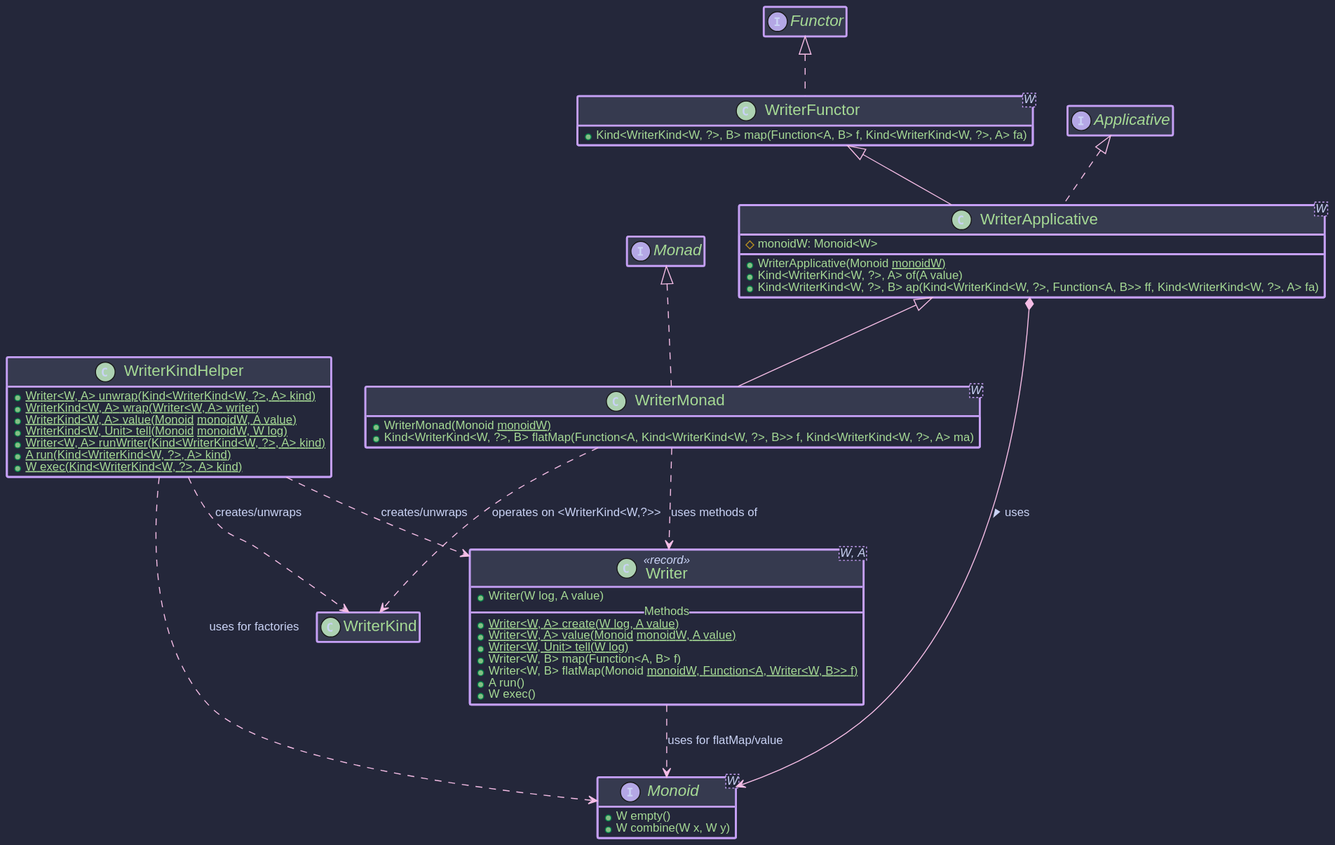
This is hkj-book/src/images/puml/writer.svg from higher-kinded-j/higher-kinded-j, a PlantUML export, as it was before one commit. The source it was exported from:
```plantuml
@startuml
!include https://raw.githubusercontent.com/ncosta-ic/catppuccin-macchiato-plantuml-theme/main/theme.puml


hide empty members

   interface Monoid<W> {
     + W empty()
     + W combine(W x, W y)
   }



    class Writer<W, A> <<record>> {
        + Writer(W log, A value)
        __ Methods __
       + {static} Writer<W, A> create(W log, A value)
       + {static} Writer<W, A> value(Monoid<W> monoidW, A value)
       + {static} Writer<W, Unit> tell(W log)
       + Writer<W, B> map(Function<A, B> f)
       + Writer<W, B> flatMap(Monoid<W> monoidW, Function<A, Writer<W, B>> f)
       + A run()
       + W exec()
    }


    class WriterKindHelper {
      + {static} Writer<W, A> unwrap(Kind<WriterKind<W, ?>, A> kind)
      + {static} WriterKind<W, A> wrap(Writer<W, A> writer)
      + {static} WriterKind<W, A> value(Monoid<W> monoidW, A value)
      + {static} WriterKind<W, Unit> tell(Monoid<W> monoidW, W log)
      + {static} Writer<W, A> runWriter(Kind<WriterKind<W, ?>, A> kind)
      + {static} A run(Kind<WriterKind<W, ?>, A> kind)
      + {static} W exec(Kind<WriterKind<W, ?>, A> kind)
    }

    class WriterFunctor<W> implements Functor<WriterKind<W, ?>> {
       + Kind<WriterKind<W, ?>, B> map(Function<A, B> f, Kind<WriterKind<W, ?>, A> fa)
    }
    class WriterApplicative<W> extends WriterFunctor<W> implements Applicative<WriterKind<W, ?>> {
       # monoidW: Monoid<W>
       + WriterApplicative(Monoid<W> monoidW)
       + Kind<WriterKind<W, ?>, A> of(A value)
       + Kind<WriterKind<W, ?>, B> ap(Kind<WriterKind<W, ?>, Function<A, B>> ff, Kind<WriterKind<W, ?>, A> fa)
    }
    class WriterMonad<W> extends WriterApplicative<W> implements Monad<WriterKind<W, ?>> {
       + WriterMonad(Monoid<W> monoidW)
       + Kind<WriterKind<W, ?>, B> flatMap(Function<A, Kind<WriterKind<W, ?>, B>> f, Kind<WriterKind<W, ?>, A> ma)
    }

WriterApplicative *--> Monoid : uses >

WriterKindHelper ..> Writer : creates/unwraps
WriterKindHelper ..> WriterKind : creates/unwraps
WriterKindHelper ..> Monoid : uses for factories

WriterMonad ..> WriterKind : operates on <WriterKind<W,?>>
WriterMonad ..> Writer : uses methods of
Writer ..> Monoid : uses for flatMap/value
@enduml
```
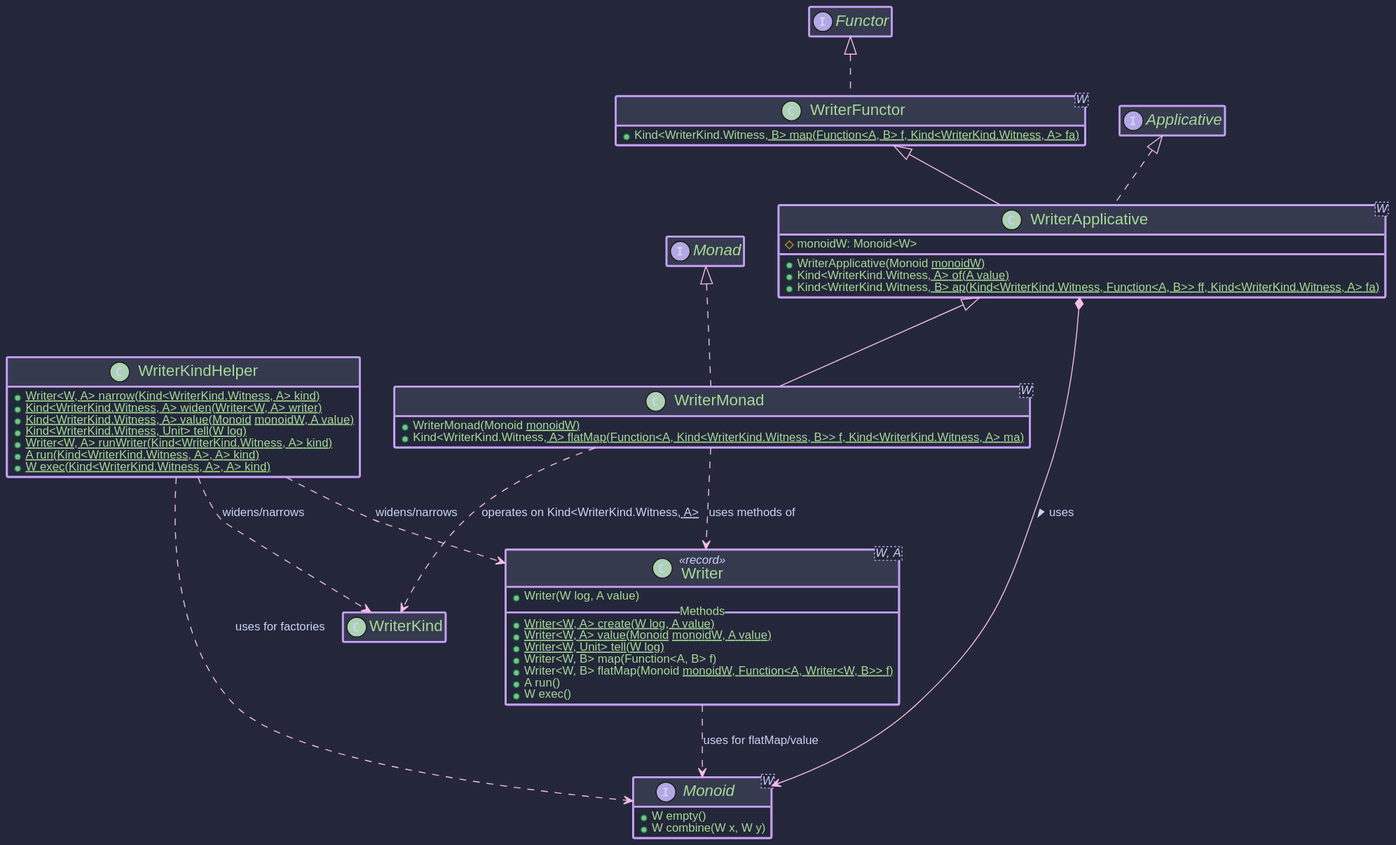
Above is the later version.

Change to the diagram source:
```diff
@@ -25,36 +25,36 @@
 
 
     class WriterKindHelper {
-      + {static} Writer<W, A> unwrap(Kind<WriterKind<W, ?>, A> kind)
-      + {static} WriterKind<W, A> wrap(Writer<W, A> writer)
-      + {static} WriterKind<W, A> value(Monoid<W> monoidW, A value)
-      + {static} WriterKind<W, Unit> tell(Monoid<W> monoidW, W log)
-      + {static} Writer<W, A> runWriter(Kind<WriterKind<W, ?>, A> kind)
-      + {static} A run(Kind<WriterKind<W, ?>, A> kind)
-      + {static} W exec(Kind<WriterKind<W, ?>, A> kind)
+      + {static} Writer<W, A> narrow(Kind<WriterKind.Witness<W>, A> kind)
+      + {static} Kind<WriterKind.Witness<W>, A> widen(Writer<W, A> writer)
+      + {static} Kind<WriterKind.Witness<W>, A> value(Monoid<W> monoidW, A value)
+      + {static} Kind<WriterKind.Witness<W>, Unit> tell(W log)
+      + {static} Writer<W, A> runWriter(Kind<WriterKind.Witness<W>, A> kind)
+      + {static} A run(Kind<WriterKind.Witness<W>, A>, A> kind)
+      + {static} W exec(Kind<WriterKind.Witness<W>, A>, A> kind)
     }
 
-    class WriterFunctor<W> implements Functor<WriterKind<W, ?>> {
-       + Kind<WriterKind<W, ?>, B> map(Function<A, B> f, Kind<WriterKind<W, ?>, A> fa)
+    class WriterFunctor<W> implements Functor<WriterKind.Witness<W>> {
+       + Kind<WriterKind.Witness<W>, B> map(Function<A, B> f, Kind<WriterKind.Witness<W>, A> fa)
     }
-    class WriterApplicative<W> extends WriterFunctor<W> implements Applicative<WriterKind<W, ?>> {
+    class WriterApplicative<W> extends WriterFunctor<W> implements Applicative<WriterKind.Witness<W>> {
        # monoidW: Monoid<W>
        + WriterApplicative(Monoid<W> monoidW)
-       + Kind<WriterKind<W, ?>, A> of(A value)
-       + Kind<WriterKind<W, ?>, B> ap(Kind<WriterKind<W, ?>, Function<A, B>> ff, Kind<WriterKind<W, ?>, A> fa)
+       + Kind<WriterKind.Witness<W>, A> of(A value)
+       + Kind<WriterKind.Witness<W>, B> ap(Kind<WriterKind.Witness<W>, Function<A, B>> ff, Kind<WriterKind.Witness<W>, A> fa)
     }
-    class WriterMonad<W> extends WriterApplicative<W> implements Monad<WriterKind<W, ?>> {
+    class WriterMonad<W> extends WriterApplicative<W> implements Monad<WriterKind<W, A>> {
        + WriterMonad(Monoid<W> monoidW)
-       + Kind<WriterKind<W, ?>, B> flatMap(Function<A, Kind<WriterKind<W, ?>, B>> f, Kind<WriterKind<W, ?>, A> ma)
+       + Kind<WriterKind.Witness<W>, A> flatMap(Function<A, Kind<WriterKind.Witness<W>, B>> f, Kind<WriterKind.Witness<W>, A> ma)
     }
 
 WriterApplicative *--> Monoid : uses >
 
-WriterKindHelper ..> Writer : creates/unwraps
-WriterKindHelper ..> WriterKind : creates/unwraps
+WriterKindHelper ..> Writer : widens/narrows
+WriterKindHelper ..> WriterKind : widens/narrows
 WriterKindHelper ..> Monoid : uses for factories
 
-WriterMonad ..> WriterKind : operates on <WriterKind<W,?>>
+WriterMonad ..> WriterKind : operates on Kind<WriterKind.Witness<W>, A>
 WriterMonad ..> Writer : uses methods of
 Writer ..> Monoid : uses for flatMap/value
 @enduml
```
